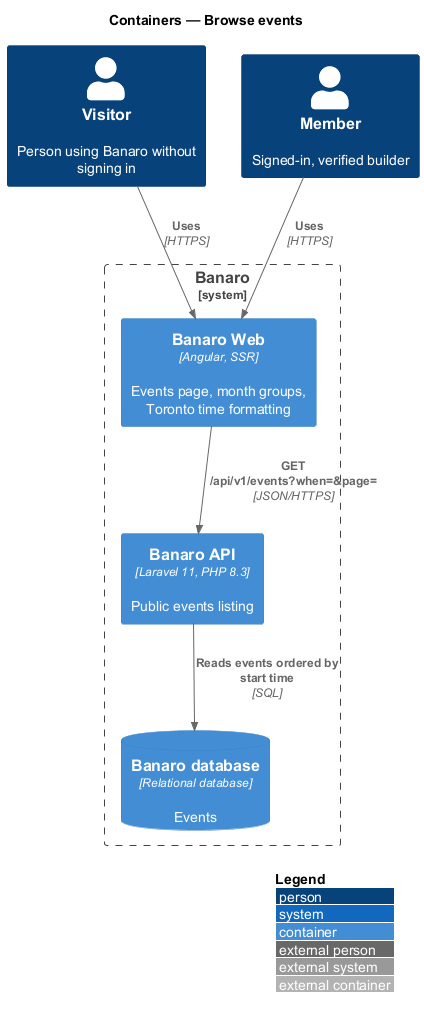
QuinntyneBrown/banaro keeps this PlantUML diagram as docs/detailed-designs/events/browse-events/diagrams/c4-container.png. Above is the earlier version. Source of this version:
```plantuml
@startuml
!include <C4/C4_Container>
LAYOUT_WITH_LEGEND()
title Containers — Browse events

Person(visitor, "Visitor", "Person using Banaro without signing in")
Person(member, "Member", "Signed-in, verified builder")

System_Boundary(banaro, "Banaro") {
  Container(web, "Banaro Web", "Angular, SSR", "Events page, month groups, Toronto time formatting")
  Container(api, "Banaro API", "Laravel 11, PHP 8.3", "Public events listing")
  ContainerDb(db, "Banaro database", "Relational database", "Events")
}

Rel(visitor, web, "Uses", "HTTPS")
Rel(member, web, "Uses", "HTTPS")
Rel(web, api, "GET /api/v1/events?when=&page=", "JSON/HTTPS")
Rel(api, db, "Reads events ordered by start time", "SQL")
@enduml
```
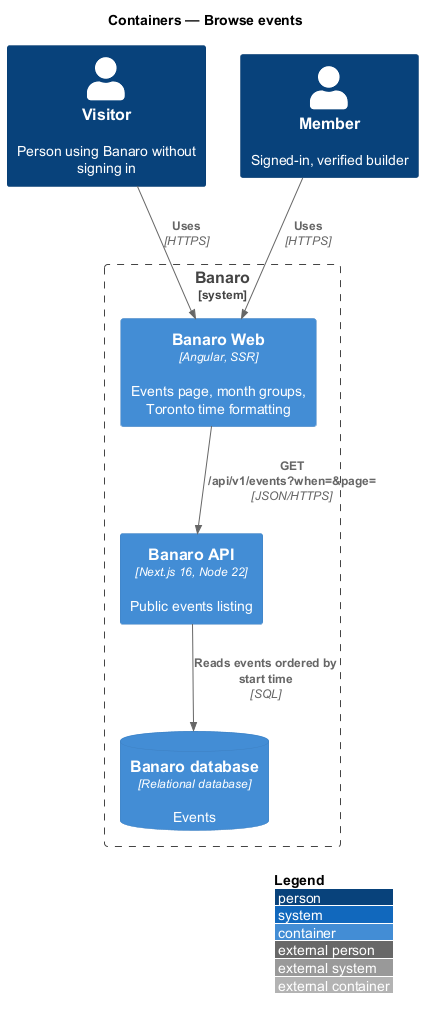
The same file after the commit.

Diff of the diagram source:
```diff
@@ -8,7 +8,7 @@
 
 System_Boundary(banaro, "Banaro") {
   Container(web, "Banaro Web", "Angular, SSR", "Events page, month groups, Toronto time formatting")
-  Container(api, "Banaro API", "Laravel 11, PHP 8.3", "Public events listing")
+  Container(api, "Banaro API", "Next.js 16, Node 22", "Public events listing")
   ContainerDb(db, "Banaro database", "Relational database", "Events")
 }
 
```
